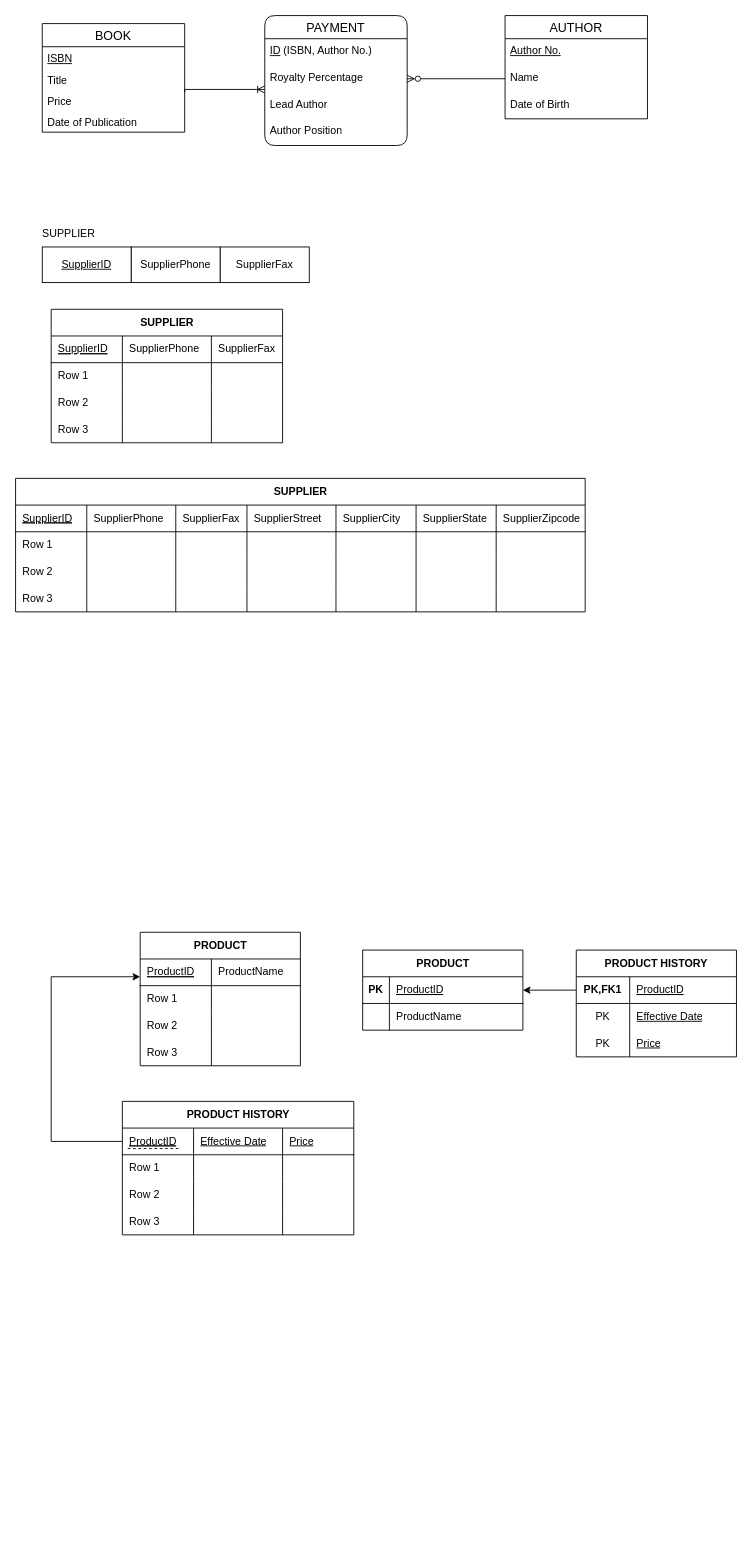
The draw.io diagram C2 ERD.drawio in SamanZargarzadeh/ERD, before the edit. Source tidied: cells renumbered, new cells numbered last; positions are measured from the earlier drawing's top-left corner, leaving out a move shared by most shapes. Both pictures are drawn from the tidied source at 89%, with x=0, y=0 at pixel (15, 15).
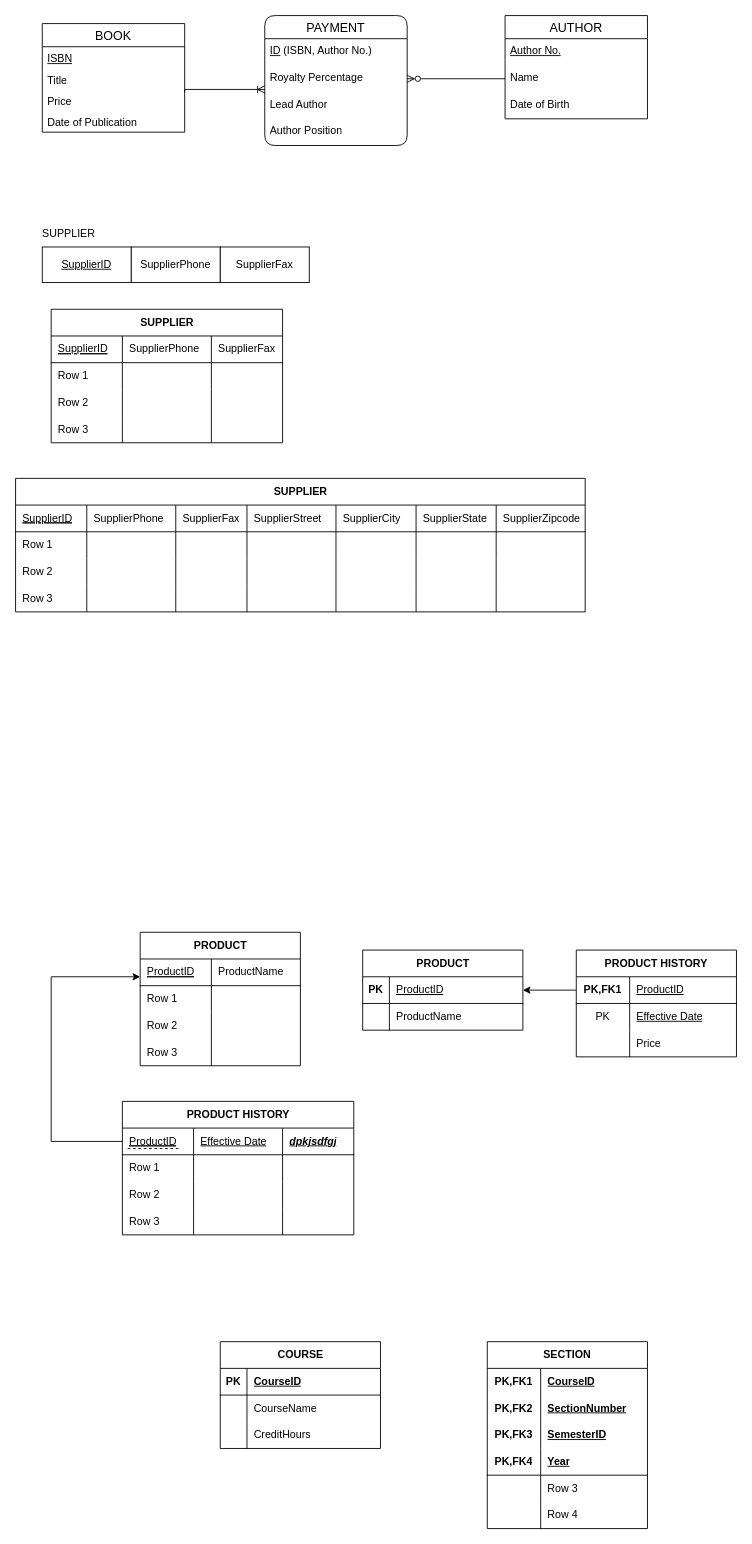
Above is the later version.

The change refers to these unchanged cells:
```xml
<mxCell id="86" style="shape=tableRow;horizontal=0;startSize=0;swimlaneHead=0;swimlaneBody=0;fillColor=none;points=[[0,0.5],[1,0.5]];portConstraint=eastwest;top=0;left=0;right=0;bottom=1;" parent="85" vertex="1">
  <mxGeometry y="30" width="260" height="30" as="geometry" />
</mxCell>
<mxCell id="118" style="shape=tableRow;horizontal=0;startSize=0;swimlaneHead=0;swimlaneBody=0;fillColor=none;top=0;left=0;right=0;bottom=0;html=1;" parent="111" vertex="1">
  <mxGeometry y="90" width="180" height="30" as="geometry" />
</mxCell>
```

What changed in the source:
```diff
@@
-    <mxCell id="89" value="&lt;u&gt;Price&lt;/u&gt;" style="shape=partialRectangle;fillColor=none;top=0;left=0;bottom=0;right=0;align=left;spacingLeft=6;fontStyle=0;overflow=hidden;whiteSpace=wrap;html=1;" parent="86" vertex="1">
+    <mxCell id="89" value="&lt;b&gt;&lt;i&gt;dpkjsdfgj&lt;/i&gt;&lt;/b&gt;" style="shape=partialRectangle;fillColor=none;top=0;left=0;bottom=0;right=0;align=left;spacingLeft=6;fontStyle=4;overflow=hidden;whiteSpace=wrap;html=1;" parent="86" vertex="1">
       <mxGeometry x="180" width="80" height="30" as="geometry" />
     </mxCell>
@@
-    <mxCell id="119" value="PK" style="shape=partialRectangle;fillColor=none;top=0;left=0;bottom=0;right=0;overflow=hidden;html=1;whiteSpace=wrap;" parent="118" vertex="1">
+    <mxCell id="119" style="shape=partialRectangle;fillColor=none;top=0;left=0;bottom=0;right=0;overflow=hidden;html=1;whiteSpace=wrap;" parent="118" vertex="1">
       <mxGeometry width="60" height="30" as="geometry" />
     </mxCell>
-    <mxCell id="120" value="&lt;u style=&quot;border-color: var(--border-color);&quot;&gt;Price&lt;/u&gt;" style="shape=partialRectangle;fillColor=none;top=0;left=0;bottom=0;right=0;align=left;spacingLeft=6;overflow=hidden;html=1;whiteSpace=wrap;" parent="118" vertex="1">
+    <mxCell id="120" value="&lt;span style=&quot;border-color: var(--border-color);&quot;&gt;Price&lt;/span&gt;" style="shape=partialRectangle;fillColor=none;top=0;left=0;bottom=0;right=0;align=left;spacingLeft=6;overflow=hidden;html=1;whiteSpace=wrap;" parent="118" vertex="1">
       <mxGeometry x="60" width="120" height="30" as="geometry" />
     </mxCell>
@@
+    <mxCell id="122" value="COURSE" style="shape=table;startSize=30;childLayout=tableLayout;rowLines=0;fontStyle=1;align=center;html=1;" parent="1" vertex="1">
+      <mxGeometry x="230" y="1490" width="180" height="120" as="geometry" />
+    </mxCell>
+    <mxCell id="123" style="shape=tableRow;horizontal=0;startSize=0;swimlaneHead=0;swimlaneBody=0;fillColor=none;top=0;left=0;right=0;bottom=1;" parent="122" vertex="1">
+      <mxGeometry y="30" width="180" height="30" as="geometry" />
+    </mxCell>
+    <mxCell id="124" value="PK" style="shape=partialRectangle;fillColor=none;top=0;left=0;bottom=0;right=0;fontStyle=1;overflow=hidden;whiteSpace=wrap;html=1;" parent="123" vertex="1">
+      <mxGeometry width="30" height="30" as="geometry" />
+    </mxCell>
+    <mxCell id="125" value="CourseID" style="shape=partialRectangle;fillColor=none;top=0;left=0;bottom=0;right=0;align=left;spacingLeft=6;fontStyle=5;overflow=hidden;whiteSpace=wrap;html=1;" parent="123" vertex="1">
+      <mxGeometry x="30" width="150" height="30" as="geometry" />
+    </mxCell>
+    <mxCell id="126" style="shape=tableRow;horizontal=0;startSize=0;swimlaneHead=0;swimlaneBody=0;fillColor=none;top=0;left=0;right=0;bottom=0;" parent="122" vertex="1">
+      <mxGeometry y="60" width="180" height="30" as="geometry" />
+    </mxCell>
+    <mxCell id="127" style="shape=partialRectangle;fillColor=none;top=0;left=0;bottom=0;right=0;overflow=hidden;whiteSpace=wrap;html=1;" parent="126" vertex="1">
+      <mxGeometry width="30" height="30" as="geometry" />
+    </mxCell>
+    <mxCell id="128" value="CourseName" style="shape=partialRectangle;fillColor=none;top=0;left=0;bottom=0;right=0;align=left;spacingLeft=6;overflow=hidden;whiteSpace=wrap;html=1;" parent="126" vertex="1">
+      <mxGeometry x="30" width="150" height="30" as="geometry" />
+    </mxCell>
+    <mxCell id="129" style="shape=tableRow;horizontal=0;startSize=0;swimlaneHead=0;swimlaneBody=0;fillColor=none;top=0;left=0;right=0;bottom=0;" parent="122" vertex="1">
+      <mxGeometry y="90" width="180" height="30" as="geometry" />
+    </mxCell>
+    <mxCell id="130" style="shape=partialRectangle;fillColor=none;top=0;left=0;bottom=0;right=0;overflow=hidden;whiteSpace=wrap;html=1;" parent="129" vertex="1">
+      <mxGeometry width="30" height="30" as="geometry" />
+    </mxCell>
+    <mxCell id="131" value="CreditHours" style="shape=partialRectangle;fillColor=none;top=0;left=0;bottom=0;right=0;align=left;spacingLeft=6;overflow=hidden;whiteSpace=wrap;html=1;" parent="129" vertex="1">
+      <mxGeometry x="30" width="150" height="30" as="geometry" />
+    </mxCell>
+    <mxCell id="132" value="SECTION" style="shape=table;startSize=30;childLayout=tableLayout;rowLines=0;fontStyle=1;align=center;html=1;whiteSpace=wrap;" parent="1" vertex="1">
+      <mxGeometry x="530" y="1490" width="180" height="210" as="geometry" />
+    </mxCell>
+    <mxCell id="133" style="shape=tableRow;horizontal=0;startSize=0;swimlaneHead=0;swimlaneBody=0;fillColor=none;top=0;left=0;right=0;bottom=0;html=1;" parent="132" vertex="1">
+      <mxGeometry y="30" width="180" height="30" as="geometry" />
+    </mxCell>
+    <mxCell id="134" value="PK,FK1" style="shape=partialRectangle;fillColor=none;top=0;left=0;bottom=0;right=0;fontStyle=1;overflow=hidden;html=1;whiteSpace=wrap;" parent="133" vertex="1">
+      <mxGeometry width="60" height="30" as="geometry" />
+    </mxCell>
+    <mxCell id="135" value="CourseID" style="shape=partialRectangle;fillColor=none;top=0;left=0;bottom=0;right=0;align=left;spacingLeft=6;fontStyle=5;overflow=hidden;html=1;whiteSpace=wrap;" parent="133" vertex="1">
+      <mxGeometry x="60" width="120" height="30" as="geometry" />
+    </mxCell>
+    <mxCell id="136" style="shape=tableRow;horizontal=0;startSize=0;swimlaneHead=0;swimlaneBody=0;fillColor=none;top=0;left=0;right=0;bottom=0;html=1;" parent="132" vertex="1">
+      <mxGeometry y="60" width="180" height="30" as="geometry" />
+    </mxCell>
+    <mxCell id="137" value="PK,FK2" style="shape=partialRectangle;fillColor=none;top=0;left=0;bottom=0;right=0;fontStyle=1;overflow=hidden;html=1;whiteSpace=wrap;" parent="136" vertex="1">
+      <mxGeometry width="60" height="30" as="geometry" />
+    </mxCell>
+    <mxCell id="138" value="SectionNumber" style="shape=partialRectangle;fillColor=none;top=0;left=0;bottom=0;right=0;align=left;spacingLeft=6;fontStyle=5;overflow=hidden;html=1;whiteSpace=wrap;" parent="136" vertex="1">
+      <mxGeometry x="60" width="120" height="30" as="geometry" />
+    </mxCell>
+    <mxCell id="139" style="shape=tableRow;horizontal=0;startSize=0;swimlaneHead=0;swimlaneBody=0;fillColor=none;top=0;left=0;right=0;bottom=0;html=1;" parent="132" vertex="1">
+      <mxGeometry y="90" width="180" height="30" as="geometry" />
+    </mxCell>
+    <mxCell id="140" value="PK,FK3" style="shape=partialRectangle;fillColor=none;top=0;left=0;bottom=0;right=0;fontStyle=1;overflow=hidden;html=1;whiteSpace=wrap;" parent="139" vertex="1">
+      <mxGeometry width="60" height="30" as="geometry" />
+    </mxCell>
+    <mxCell id="141" value="SemesterID" style="shape=partialRectangle;fillColor=none;top=0;left=0;bottom=0;right=0;align=left;spacingLeft=6;fontStyle=5;overflow=hidden;html=1;whiteSpace=wrap;" parent="139" vertex="1">
+      <mxGeometry x="60" width="120" height="30" as="geometry" />
+    </mxCell>
+    <mxCell id="142" style="shape=tableRow;horizontal=0;startSize=0;swimlaneHead=0;swimlaneBody=0;fillColor=none;top=0;left=0;right=0;bottom=1;html=1;" parent="132" vertex="1">
+      <mxGeometry y="120" width="180" height="30" as="geometry" />
+    </mxCell>
+    <mxCell id="143" value="PK,FK4" style="shape=partialRectangle;fillColor=none;top=0;left=0;bottom=0;right=0;fontStyle=1;overflow=hidden;html=1;whiteSpace=wrap;" parent="142" vertex="1">
+      <mxGeometry width="60" height="30" as="geometry" />
+    </mxCell>
+    <mxCell id="144" value="Year" style="shape=partialRectangle;fillColor=none;top=0;left=0;bottom=0;right=0;align=left;spacingLeft=6;fontStyle=5;overflow=hidden;html=1;whiteSpace=wrap;" parent="142" vertex="1">
+      <mxGeometry x="60" width="120" height="30" as="geometry" />
+    </mxCell>
+    <mxCell id="145" style="shape=tableRow;horizontal=0;startSize=0;swimlaneHead=0;swimlaneBody=0;fillColor=none;top=0;left=0;right=0;bottom=0;html=1;" parent="132" vertex="1">
+      <mxGeometry y="150" width="180" height="30" as="geometry" />
+    </mxCell>
+    <mxCell id="146" style="shape=partialRectangle;fillColor=none;top=0;left=0;bottom=0;right=0;overflow=hidden;html=1;whiteSpace=wrap;" parent="145" vertex="1">
+      <mxGeometry width="60" height="30" as="geometry" />
+    </mxCell>
+    <mxCell id="147" value="Row 3" style="shape=partialRectangle;fillColor=none;top=0;left=0;bottom=0;right=0;align=left;spacingLeft=6;overflow=hidden;html=1;whiteSpace=wrap;" parent="145" vertex="1">
+      <mxGeometry x="60" width="120" height="30" as="geometry" />
+    </mxCell>
+    <mxCell id="148" style="shape=tableRow;horizontal=0;startSize=0;swimlaneHead=0;swimlaneBody=0;fillColor=none;top=0;left=0;right=0;bottom=0;html=1;" parent="132" vertex="1">
+      <mxGeometry y="180" width="180" height="30" as="geometry" />
+    </mxCell>
+    <mxCell id="149" style="shape=partialRectangle;fillColor=none;top=0;left=0;bottom=0;right=0;overflow=hidden;html=1;whiteSpace=wrap;" parent="148" vertex="1">
+      <mxGeometry width="60" height="30" as="geometry" />
+    </mxCell>
+    <mxCell id="150" value="Row 4" style="shape=partialRectangle;fillColor=none;top=0;left=0;bottom=0;right=0;align=left;spacingLeft=6;overflow=hidden;html=1;whiteSpace=wrap;" parent="148" vertex="1">
+      <mxGeometry x="60" width="120" height="30" as="geometry" />
+    </mxCell>
```
